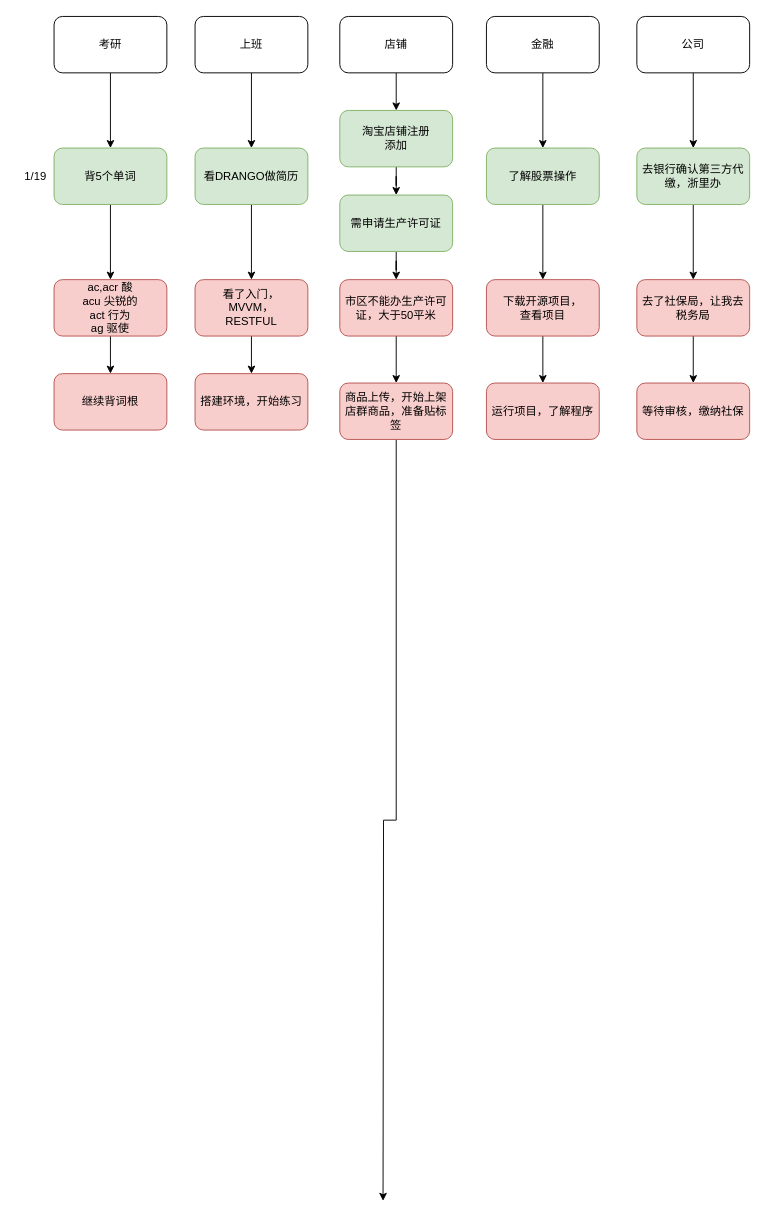
Above: PLAN.drawio in githublinpeng/softwareImage (draw.io), before the change. Source tidied: cells renumbered, new cells numbered last; positions are measured from the earlier drawing's top-left corner, leaving out a move shared by most shapes. Both pictures are drawn from the tidied source at 94%, with x=0, y=0 at pixel (16, 16).
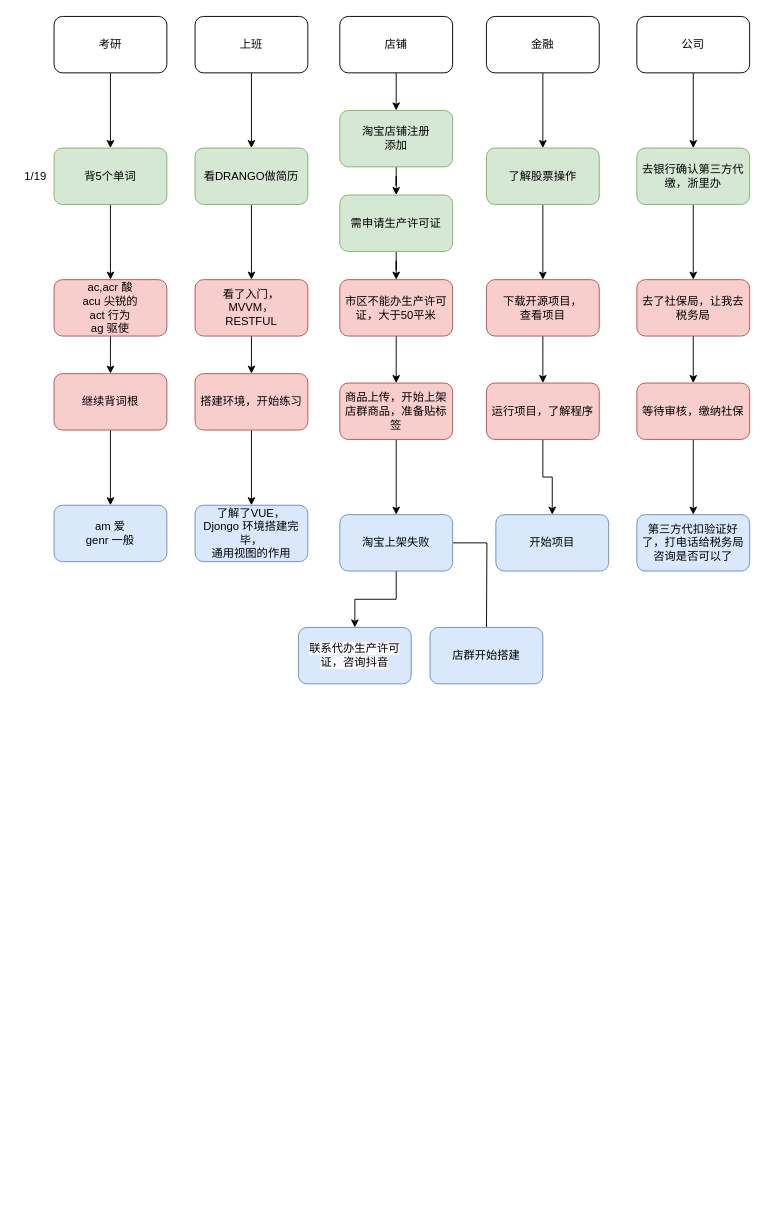
After the change.

Unchanged cells that the change refers to:
```xml
<mxCell id="30" value="商品上传，开始上架店群商品，准备贴标签" style="whiteSpace=wrap;html=1;fillColor=#f8cecc;strokeColor=#b85450;rounded=1;" parent="1" vertex="1">
  <mxGeometry x="344" y="390" width="120" height="60" as="geometry" />
</mxCell>
<mxCell id="31" value="等待审核，缴纳社保" style="whiteSpace=wrap;html=1;fillColor=#f8cecc;strokeColor=#b85450;rounded=1;" parent="1" vertex="1">
  <mxGeometry x="660" y="390" width="120" height="60" as="geometry" />
</mxCell>
<mxCell id="38" value="运行项目，了解程序" style="whiteSpace=wrap;html=1;fillColor=#f8cecc;strokeColor=#b85450;rounded=1;" parent="1" vertex="1">
  <mxGeometry x="500" y="390" width="120" height="60" as="geometry" />
</mxCell>
<mxCell id="39" value="搭建环境，开始练习" style="whiteSpace=wrap;html=1;fillColor=#f8cecc;strokeColor=#b85450;rounded=1;" parent="1" vertex="1">
  <mxGeometry x="190" y="380" width="120" height="60" as="geometry" />
</mxCell>
<mxCell id="40" value="继续背词根" style="whiteSpace=wrap;html=1;fillColor=#f8cecc;strokeColor=#b85450;rounded=1;" parent="1" vertex="1">
  <mxGeometry x="40" y="380" width="120" height="60" as="geometry" />
</mxCell>
```

Diff of the diagram source:
```diff
@@
-    <mxCell id="29" style="edgeStyle=orthogonalEdgeStyle;rounded=0;jettySize=auto;html=1;" parent="1" edge="1" source="30">
-      <mxGeometry relative="1" as="geometry">
-        <mxPoint x="390" y="1260" as="targetPoint" />
-      </mxGeometry>
-    </mxCell>
+    <mxCell id="41" style="edgeStyle=orthogonalEdgeStyle;rounded=0;jettySize=auto;html=1;" parent="1" edge="1" source="30" target="52">
+      <mxGeometry relative="1" as="geometry" />
+    </mxCell>
@@
+    <mxCell id="42" style="edgeStyle=orthogonalEdgeStyle;rounded=0;jettySize=auto;html=1;" parent="1" edge="1" source="31" target="49">
+      <mxGeometry relative="1" as="geometry" />
+    </mxCell>
@@
+    <mxCell id="43" style="edgeStyle=orthogonalEdgeStyle;rounded=0;jettySize=auto;html=1;" parent="1" edge="1" source="38" target="48">
+      <mxGeometry relative="1" as="geometry" />
+    </mxCell>
@@
+    <mxCell id="44" style="edgeStyle=orthogonalEdgeStyle;rounded=0;jettySize=auto;html=1;" parent="1" edge="1" source="39" target="47">
+      <mxGeometry relative="1" as="geometry" />
+    </mxCell>
@@
+    <mxCell id="45" style="edgeStyle=orthogonalEdgeStyle;rounded=0;jettySize=auto;html=1;" parent="1" edge="1" source="40" target="46">
+      <mxGeometry relative="1" as="geometry" />
+    </mxCell>
@@
+    <mxCell id="46" value="am 爱&lt;br&gt;genr 一般" style="whiteSpace=wrap;html=1;fillColor=#dae8fc;strokeColor=#6c8ebf;rounded=1;" parent="1" vertex="1">
+      <mxGeometry x="40" y="520" width="120" height="60" as="geometry" />
+    </mxCell>
+    <mxCell id="47" value="了解了VUE，&lt;br&gt;Djongo 环境搭建完毕，&lt;br&gt;通用视图的作用" style="whiteSpace=wrap;html=1;fillColor=#dae8fc;strokeColor=#6c8ebf;rounded=1;" parent="1" vertex="1">
+      <mxGeometry x="190" y="520" width="120" height="60" as="geometry" />
+    </mxCell>
+    <mxCell id="48" value="开始项目" style="whiteSpace=wrap;html=1;fillColor=#dae8fc;strokeColor=#6c8ebf;rounded=1;" parent="1" vertex="1">
+      <mxGeometry x="510" y="530" width="120" height="60" as="geometry" />
+    </mxCell>
+    <mxCell id="49" value="第三方代扣验证好了，打电话给税务局咨询是否可以了" style="whiteSpace=wrap;html=1;fillColor=#dae8fc;strokeColor=#6c8ebf;rounded=1;" parent="1" vertex="1">
+      <mxGeometry x="660" y="530" width="120" height="60" as="geometry" />
+    </mxCell>
+    <mxCell id="50" style="edgeStyle=orthogonalEdgeStyle;rounded=0;jettySize=auto;html=1;" parent="1" edge="1" source="52" target="53">
+      <mxGeometry relative="1" as="geometry" />
+    </mxCell>
+    <mxCell id="51" style="edgeStyle=orthogonalEdgeStyle;rounded=0;jettySize=auto;html=1;" parent="1" edge="1" source="52">
+      <mxGeometry relative="1" as="geometry">
+        <mxPoint x="500" y="660" as="targetPoint" />
+      </mxGeometry>
+    </mxCell>
+    <mxCell id="52" value="淘宝上架失败" style="whiteSpace=wrap;html=1;fillColor=#dae8fc;strokeColor=#6c8ebf;rounded=1;" parent="1" vertex="1">
+      <mxGeometry x="344" y="530" width="120" height="60" as="geometry" />
+    </mxCell>
+    <mxCell id="53" value="&lt;span style=&quot;color: rgb(0 , 0 , 0) ; font-family: &amp;#34;helvetica&amp;#34; ; font-size: 12px ; font-style: normal ; font-weight: 400 ; letter-spacing: normal ; text-align: center ; text-indent: 0px ; text-transform: none ; word-spacing: 0px ; background-color: rgb(248 , 249 , 250) ; display: inline ; float: none&quot;&gt;联系代办生产许可证，咨询抖音&lt;/span&gt;" style="whiteSpace=wrap;html=1;fillColor=#dae8fc;strokeColor=#6c8ebf;rounded=1;" parent="1" vertex="1">
+      <mxGeometry x="300" y="650" width="120" height="60" as="geometry" />
+    </mxCell>
+    <mxCell id="54" value="店群开始搭建" style="whiteSpace=wrap;html=1;fillColor=#dae8fc;strokeColor=#6c8ebf;rounded=1;" parent="1" vertex="1">
+      <mxGeometry x="440" y="650" width="120" height="60" as="geometry" />
+    </mxCell>
```
